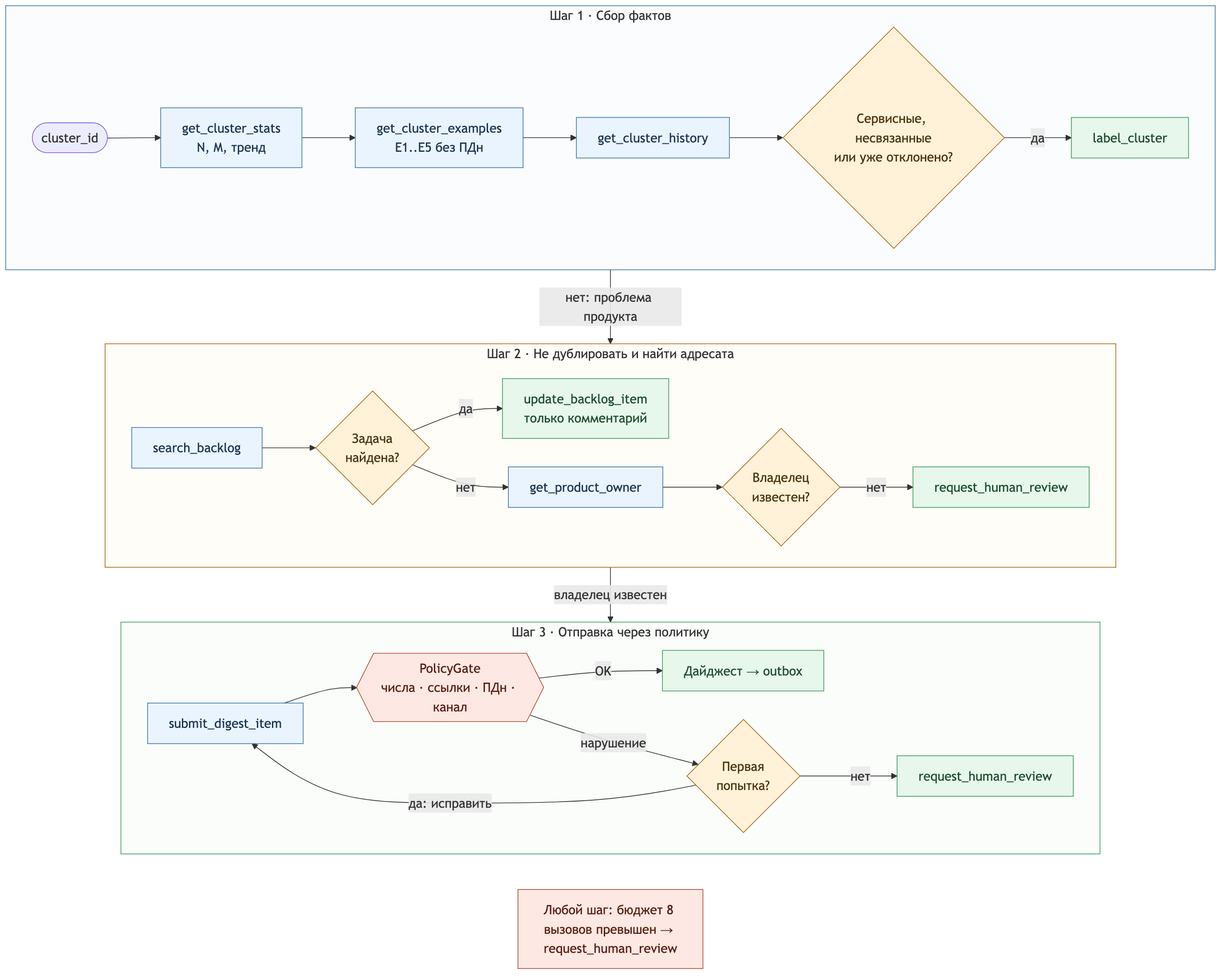
Above: docs/diagrams/rendered/03-agent-workflow.png in Gnod-do/ticket-triage-agent (Mermaid), before the change. Its source is kept beside it as docs/diagrams/03-agent-workflow.mmd.
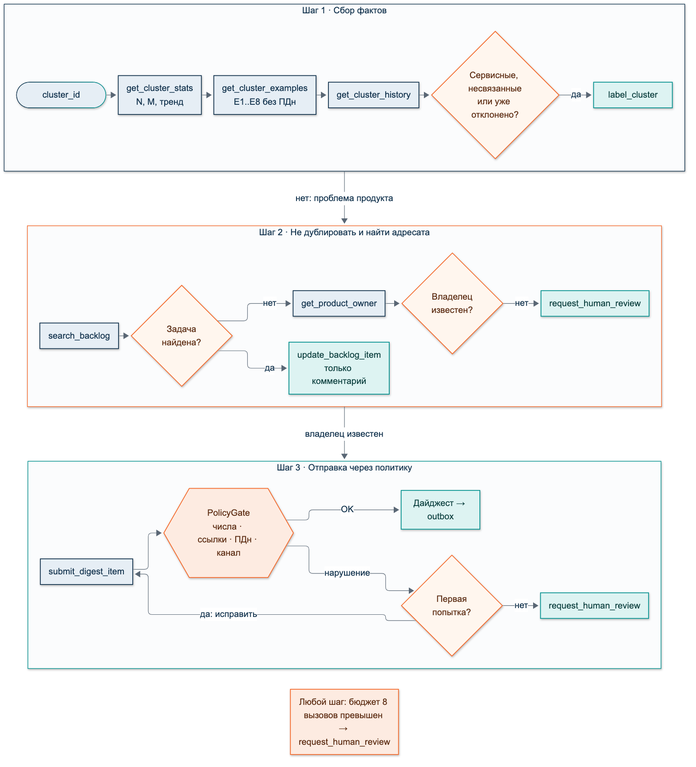
After the change.

The edit, as a diff of the source:
```diff
@@ -1,13 +1,13 @@
 flowchart TB
-  classDef tool fill:#eaf4ff,stroke:#3d76a2,color:#1e3554
-  classDef dec fill:#fff2d9,stroke:#a66b17,color:#4d3210
-  classDef out fill:#e7f7ec,stroke:#3a9b5c,color:#1f4d30
-  classDef gate fill:#fde8e4,stroke:#b4472e,color:#5a1f12
+  classDef tool fill:#E6EEF5,stroke:#10314C,color:#10314C,stroke-width:1.5px
+  classDef dec fill:#FFF6EE,stroke:#F56A2B,color:#5A2A10,stroke-width:1.5px
+  classDef out fill:#DDF3F2,stroke:#00918F,color:#0B3F3E,stroke-width:1.5px
+  classDef gate fill:#FDEBE1,stroke:#F56A2B,color:#5A2A10,stroke-width:1.5px
 
   subgraph A1["Шаг 1 · Сбор фактов"]
     direction LR
     S(["cluster_id"]) --> T1["get_cluster_stats<br/>N, M, тренд"]:::tool
-    T1 --> T2["get_cluster_examples<br/>E1..E5 без ПДн"]:::tool
+    T1 --> T2["get_cluster_examples<br/>E1..E8 без ПДн"]:::tool
     T2 --> T3["get_cluster_history"]:::tool
     T3 --> D1{"Сервисные, несвязанные<br/>или уже отклонено?"}:::dec
     D1 -->|"да"| L1["label_cluster"]:::out
@@ -35,6 +35,6 @@
   A2 -->|"владелец известен"| A3
   B["Любой шаг: бюджет 8 вызовов превышен → request_human_review"]:::gate
   A3 ~~~ B
-  style A1 fill:#fbfcfe,stroke:#3d76a2
-  style A2 fill:#fffdf8,stroke:#a66b17
-  style A3 fill:#fbfdfb,stroke:#3a9b5c
+  style A1 fill:#FBFCFD,stroke:#10314C,stroke-width:1.2px
+  style A2 fill:#FBFCFD,stroke:#F56A2B,stroke-width:1.2px
+  style A3 fill:#FBFCFD,stroke:#00918F,stroke-width:1.2px
```
